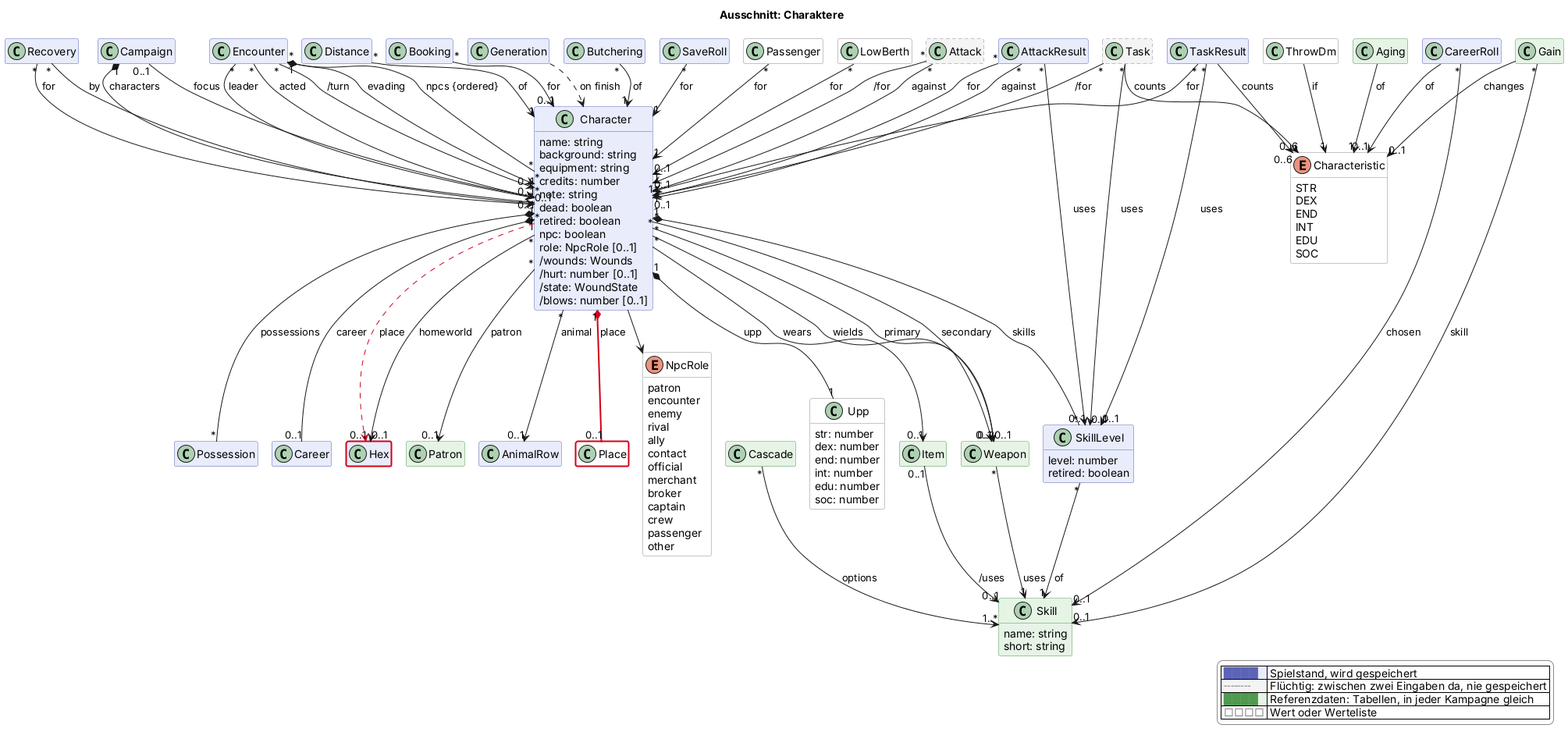
The PlantUML diagram docs/views/charakter.png in scuzzar/SRE, before a commit.
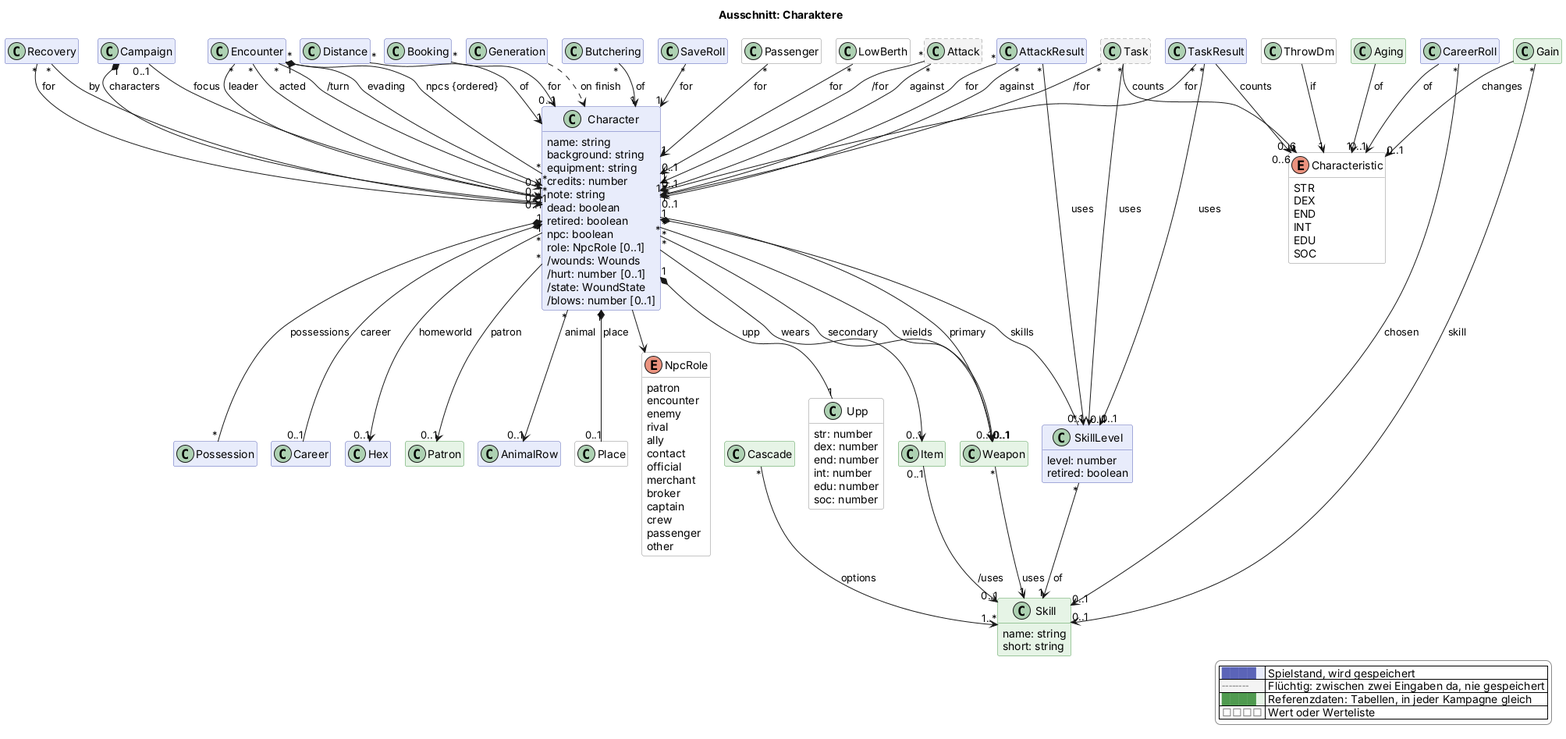
Later version of the same file.

Diff of the diagram source:
```diff
@@ -143,7 +143,7 @@
   class Item <<reference>> $shop
   class Weapon <<reference>> $kampf
   class Cascade <<reference>> $erschaffung
-  class Place <<value>> $oberflaeche $newClass("2026-11-14h")
+  class Place <<value>> $oberflaeche
   class Aging <<reference>> $erschaffung
   enum Characteristic <<value>> $charakter {
     STR
@@ -164,8 +164,7 @@
 Generation ..> Character : on finish
 Character "1" *-- "0..1" Career : career
 Character "*" --> "0..1" Hex : homeworld
-Character "*" -$goneArrow("2026-11-14h")-> "0..1" Hex : place
-Character "1" *-$newArrow("2026-11-14h")- "0..1" Place : place
+Character "1" *-- "0..1" Place : place
 Character "*" --> "0..1" Patron : patron
 Character --> NpcRole
 CareerRoll --> "0..1" Characteristic : of
@@ -224,5 +223,4 @@
   |<#e6f4e6> <color:#4f9a4f>████</color> | Referenzdaten: Tabellen, in jeder Kampagne gleich |
   |<#ffffff> <color:#8a8a8a>□□□□</color> | Wert oder Werteliste |
 endlegend
-class Hex #line:d0021b;line.bold
 @enduml
```
